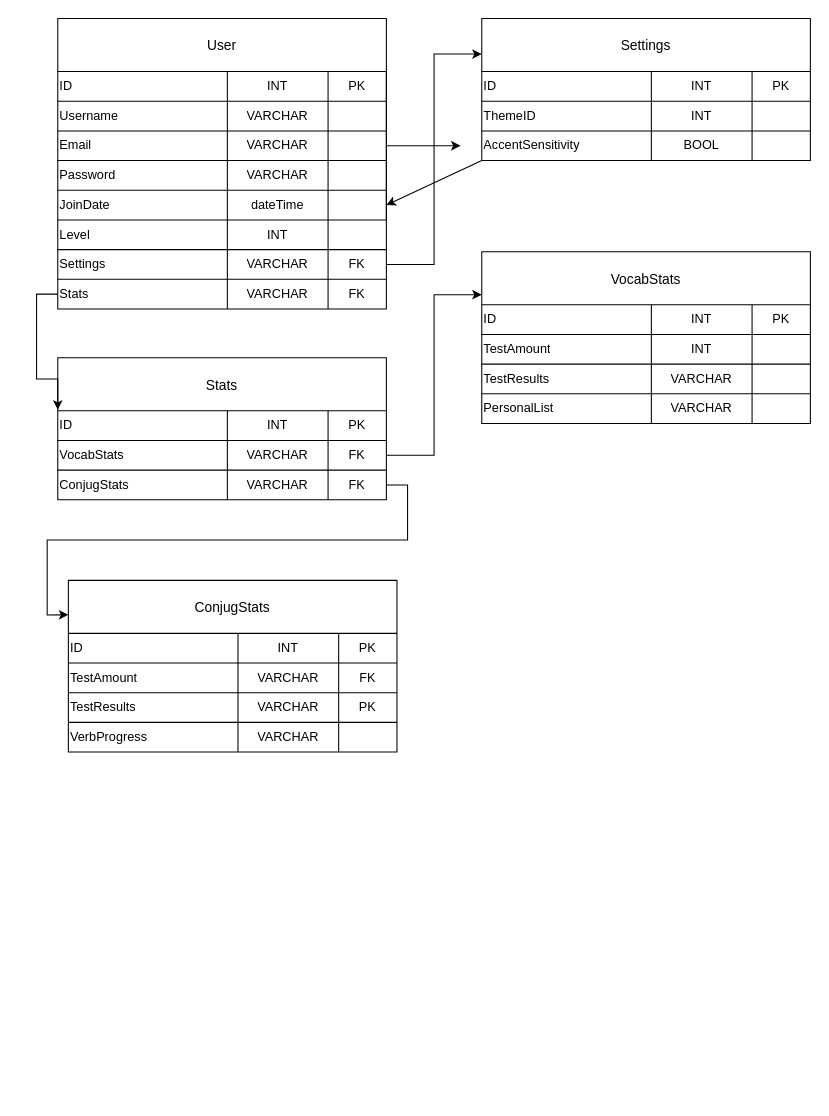
The draw.io diagram ERD.drawio in FalcoJacobs/Frans, before the edit. Source tidied: cells renumbered, new cells numbered last; positions are measured from the earlier drawing's top-left corner, leaving out a move shared by most shapes. Both pictures are drawn from the tidied source at 106%, with x=0, y=0 at pixel (36, 18).
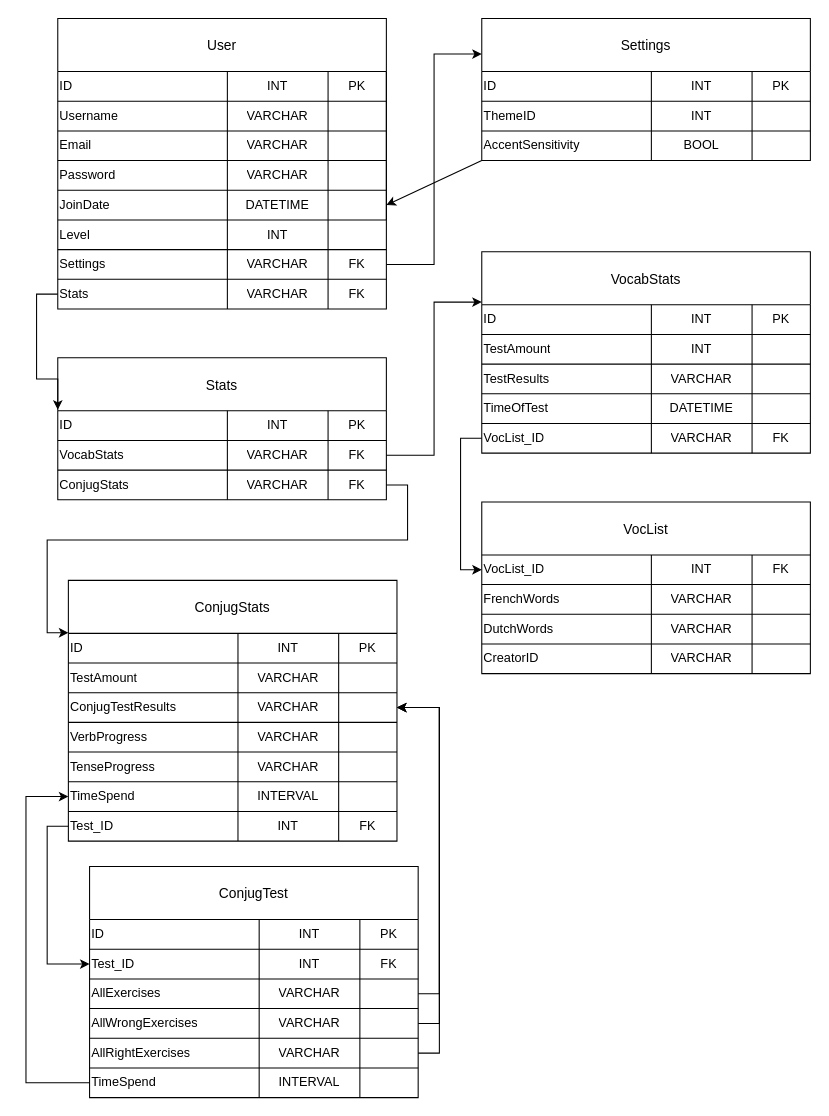
Above is the later version.

The change refers to these unchanged cells:
```xml
<mxCell id="11" style="shape=tableRow;horizontal=0;startSize=0;swimlaneHead=0;swimlaneBody=0;strokeColor=inherit;top=0;left=0;bottom=0;right=0;fillColor=none;points=[[0,0.5],[1,0.5]];portConstraint=eastwest;" parent="2" vertex="1">
  <mxGeometry y="106" width="310" height="28" as="geometry" />
</mxCell>
<mxCell id="19" style="shape=tableRow;horizontal=0;startSize=0;swimlaneHead=0;swimlaneBody=0;strokeColor=inherit;top=0;left=0;bottom=0;right=0;fillColor=none;" parent="2" vertex="1">
  <mxGeometry y="162" width="310" height="28" as="geometry" />
</mxCell>
<mxCell id="87" style="shape=tableRow;horizontal=0;startSize=0;swimlaneHead=0;swimlaneBody=0;strokeColor=inherit;top=0;left=0;bottom=0;right=0;fillColor=none;" parent="82" vertex="1">
  <mxGeometry y="78" width="310" height="28" as="geometry" />
</mxCell>
<mxCell id="91" style="shape=tableRow;horizontal=0;startSize=0;swimlaneHead=0;swimlaneBody=0;strokeColor=inherit;top=0;left=0;bottom=0;right=0;fillColor=none;points=[[0,0.5],[1,0.5]];portConstraint=eastwest;" parent="82" vertex="1">
  <mxGeometry y="106" width="310" height="28" as="geometry" />
</mxCell>
```

Diff of the diagram source:
```diff
@@
-    <mxCell id="21" value="dateTime" style="shape=partialRectangle;html=1;whiteSpace=wrap;strokeColor=inherit;overflow=hidden;fillColor=none;top=0;left=0;bottom=0;right=0;" parent="19" vertex="1">
+    <mxCell id="21" value="DATETIME" style="shape=partialRectangle;html=1;whiteSpace=wrap;strokeColor=inherit;overflow=hidden;fillColor=none;top=0;left=0;bottom=0;right=0;" parent="19" vertex="1">
       <mxGeometry x="160" width="95" height="28" as="geometry" />
     </mxCell>
@@
-    <mxCell id="36" style="edgeStyle=orthogonalEdgeStyle;rounded=0;jettySize=auto;html=1;exitX=1;exitY=0.5;exitDx=0;exitDy=0;entryX=0;entryY=0.5;entryDx=0;entryDy=0;" parent="1" edge="1" source="11">
-      <mxGeometry relative="1" as="geometry">
-        <mxPoint x="400" y="120" as="targetPoint" />
-      </mxGeometry>
-    </mxCell>
@@
     <mxCell id="65" value="VocabStats" style="shape=table;startSize=50;childLayout=tableLayout;fontSize=13;" parent="1" vertex="1">
-      <mxGeometry x="420" y="220" width="310" height="162" as="geometry" />
+      <mxGeometry x="420" y="220" width="310" height="190" as="geometry" />
     </mxCell>
@@
-    <mxCell id="78" style="shape=tableRow;horizontal=0;startSize=0;swimlaneHead=0;swimlaneBody=0;strokeColor=inherit;top=0;left=0;bottom=0;right=0;fillColor=none;" parent="65" vertex="1">
-      <mxGeometry y="134" width="310" height="28" as="geometry" />
-    </mxCell>
-    <mxCell id="79" value="PersonalList" style="shape=partialRectangle;html=1;whiteSpace=wrap;strokeColor=inherit;overflow=hidden;fillColor=none;top=0;left=0;bottom=0;right=0;align=left;" parent="78" vertex="1">
-      <mxGeometry width="160" height="28" as="geometry" />
-    </mxCell>
-    <mxCell id="80" value="VARCHAR" style="shape=partialRectangle;html=1;whiteSpace=wrap;strokeColor=inherit;overflow=hidden;fillColor=none;top=0;left=0;bottom=0;right=0;" parent="78" vertex="1">
-      <mxGeometry x="160" width="95" height="28" as="geometry" />
-    </mxCell>
-    <mxCell id="81" style="shape=partialRectangle;html=1;whiteSpace=wrap;strokeColor=inherit;overflow=hidden;fillColor=none;top=0;left=0;bottom=0;right=0;" parent="78" vertex="1">
-      <mxGeometry x="255" width="55" height="28" as="geometry" />
-    </mxCell>
+    <mxCell id="102" style="shape=tableRow;horizontal=0;startSize=0;swimlaneHead=0;swimlaneBody=0;strokeColor=inherit;top=0;left=0;bottom=0;right=0;fillColor=none;" parent="65" vertex="1">
+      <mxGeometry y="134" width="310" height="28" as="geometry" />
+    </mxCell>
+    <mxCell id="103" value="TimeOfTest" style="shape=partialRectangle;html=1;whiteSpace=wrap;strokeColor=inherit;overflow=hidden;fillColor=none;top=0;left=0;bottom=0;right=0;align=left;" parent="102" vertex="1">
+      <mxGeometry width="160" height="28" as="geometry" />
+    </mxCell>
+    <mxCell id="104" value="DATETIME" style="shape=partialRectangle;html=1;whiteSpace=wrap;strokeColor=inherit;overflow=hidden;fillColor=none;top=0;left=0;bottom=0;right=0;" parent="102" vertex="1">
+      <mxGeometry x="160" width="95" height="28" as="geometry" />
+    </mxCell>
+    <mxCell id="105" style="shape=partialRectangle;html=1;whiteSpace=wrap;strokeColor=inherit;overflow=hidden;fillColor=none;top=0;left=0;bottom=0;right=0;" parent="102" vertex="1">
+      <mxGeometry x="255" width="55" height="28" as="geometry" />
+    </mxCell>
+    <mxCell id="106" style="shape=tableRow;horizontal=0;startSize=0;swimlaneHead=0;swimlaneBody=0;strokeColor=inherit;top=0;left=0;bottom=0;right=0;fillColor=none;points=[[0,0.5],[1,0.5]];portConstraint=eastwest;" parent="65" vertex="1">
+      <mxGeometry y="162" width="310" height="28" as="geometry" />
+    </mxCell>
+    <mxCell id="107" value="VocList_ID" style="shape=partialRectangle;html=1;whiteSpace=wrap;strokeColor=inherit;overflow=hidden;fillColor=none;top=0;left=0;bottom=0;right=0;align=left;" parent="106" vertex="1">
+      <mxGeometry width="160" height="28" as="geometry" />
+    </mxCell>
+    <mxCell id="108" value="VARCHAR" style="shape=partialRectangle;html=1;whiteSpace=wrap;strokeColor=inherit;overflow=hidden;fillColor=none;top=0;left=0;bottom=0;right=0;" parent="106" vertex="1">
+      <mxGeometry x="160" width="95" height="28" as="geometry" />
+    </mxCell>
+    <mxCell id="109" value="FK" style="shape=partialRectangle;html=1;whiteSpace=wrap;strokeColor=inherit;overflow=hidden;fillColor=none;top=0;left=0;bottom=0;right=0;" parent="106" vertex="1">
+      <mxGeometry x="255" width="55" height="28" as="geometry" />
+    </mxCell>
     <mxCell id="82" value="ConjugStats" style="shape=table;startSize=50;childLayout=tableLayout;fontSize=13;" parent="1" vertex="1">
-      <mxGeometry x="30" y="530" width="310" height="162" as="geometry" />
+      <mxGeometry x="30" y="530" width="310" height="246" as="geometry" />
     </mxCell>
@@
-    <mxCell id="90" value="FK" style="shape=partialRectangle;html=1;whiteSpace=wrap;strokeColor=inherit;overflow=hidden;fillColor=none;top=0;left=0;bottom=0;right=0;" parent="87" vertex="1">
+    <mxCell id="90" style="shape=partialRectangle;html=1;whiteSpace=wrap;strokeColor=inherit;overflow=hidden;fillColor=none;top=0;left=0;bottom=0;right=0;" parent="87" vertex="1">
       <mxGeometry x="255" width="55" height="28" as="geometry" />
     </mxCell>
@@
-    <mxCell id="92" value="TestResults" style="shape=partialRectangle;html=1;whiteSpace=wrap;strokeColor=inherit;overflow=hidden;fillColor=none;top=0;left=0;bottom=0;right=0;align=left;" parent="91" vertex="1">
+    <mxCell id="92" value="ConjugTestResults" style="shape=partialRectangle;html=1;whiteSpace=wrap;strokeColor=inherit;overflow=hidden;fillColor=none;top=0;left=0;bottom=0;right=0;align=left;" parent="91" vertex="1">
       <mxGeometry width="160" height="28" as="geometry" />
     </mxCell>
@@
-    <mxCell id="94" value="PK" style="shape=partialRectangle;html=1;whiteSpace=wrap;strokeColor=inherit;overflow=hidden;fillColor=none;top=0;left=0;bottom=0;right=0;" parent="91" vertex="1">
+    <mxCell id="94" style="shape=partialRectangle;html=1;whiteSpace=wrap;strokeColor=inherit;overflow=hidden;fillColor=none;top=0;left=0;bottom=0;right=0;" parent="91" vertex="1">
       <mxGeometry x="255" width="55" height="28" as="geometry" />
     </mxCell>
@@
+    <mxCell id="110" style="shape=tableRow;horizontal=0;startSize=0;swimlaneHead=0;swimlaneBody=0;strokeColor=inherit;top=0;left=0;bottom=0;right=0;fillColor=none;" parent="82" vertex="1">
+      <mxGeometry y="162" width="310" height="28" as="geometry" />
+    </mxCell>
+    <mxCell id="111" value="TenseProgress" style="shape=partialRectangle;html=1;whiteSpace=wrap;strokeColor=inherit;overflow=hidden;fillColor=none;top=0;left=0;bottom=0;right=0;align=left;" parent="110" vertex="1">
+      <mxGeometry width="160" height="28" as="geometry" />
+    </mxCell>
+    <mxCell id="112" value="VARCHAR" style="shape=partialRectangle;html=1;whiteSpace=wrap;strokeColor=inherit;overflow=hidden;fillColor=none;top=0;left=0;bottom=0;right=0;" parent="110" vertex="1">
+      <mxGeometry x="160" width="95" height="28" as="geometry" />
+    </mxCell>
+    <mxCell id="113" style="shape=partialRectangle;html=1;whiteSpace=wrap;strokeColor=inherit;overflow=hidden;fillColor=none;top=0;left=0;bottom=0;right=0;" parent="110" vertex="1">
+      <mxGeometry x="255" width="55" height="28" as="geometry" />
+    </mxCell>
+    <mxCell id="114" style="shape=tableRow;horizontal=0;startSize=0;swimlaneHead=0;swimlaneBody=0;strokeColor=inherit;top=0;left=0;bottom=0;right=0;fillColor=none;points=[[0,0.5],[1,0.5]];portConstraint=eastwest;" parent="82" vertex="1">
+      <mxGeometry y="190" width="310" height="28" as="geometry" />
+    </mxCell>
+    <mxCell id="115" value="TimeSpend" style="shape=partialRectangle;html=1;whiteSpace=wrap;strokeColor=inherit;overflow=hidden;fillColor=none;top=0;left=0;bottom=0;right=0;align=left;" parent="114" vertex="1">
+      <mxGeometry width="160" height="28" as="geometry" />
+    </mxCell>
+    <mxCell id="116" value="INTERVAL" style="shape=partialRectangle;html=1;whiteSpace=wrap;strokeColor=inherit;overflow=hidden;fillColor=none;top=0;left=0;bottom=0;right=0;" parent="114" vertex="1">
+      <mxGeometry x="160" width="95" height="28" as="geometry" />
+    </mxCell>
+    <mxCell id="117" style="shape=partialRectangle;html=1;whiteSpace=wrap;strokeColor=inherit;overflow=hidden;fillColor=none;top=0;left=0;bottom=0;right=0;" parent="114" vertex="1">
+      <mxGeometry x="255" width="55" height="28" as="geometry" />
+    </mxCell>
+    <mxCell id="118" style="shape=tableRow;horizontal=0;startSize=0;swimlaneHead=0;swimlaneBody=0;strokeColor=inherit;top=0;left=0;bottom=0;right=0;fillColor=none;points=[[0,0.5],[1,0.5]];portConstraint=eastwest;" parent="82" vertex="1">
+      <mxGeometry y="218" width="310" height="28" as="geometry" />
+    </mxCell>
+    <mxCell id="119" value="Test_ID" style="shape=partialRectangle;html=1;whiteSpace=wrap;strokeColor=inherit;overflow=hidden;fillColor=none;top=0;left=0;bottom=0;right=0;align=left;" parent="118" vertex="1">
+      <mxGeometry width="160" height="28" as="geometry" />
+    </mxCell>
+    <mxCell id="120" value="INT" style="shape=partialRectangle;html=1;whiteSpace=wrap;strokeColor=inherit;overflow=hidden;fillColor=none;top=0;left=0;bottom=0;right=0;" parent="118" vertex="1">
+      <mxGeometry x="160" width="95" height="28" as="geometry" />
+    </mxCell>
+    <mxCell id="121" value="FK" style="shape=partialRectangle;html=1;whiteSpace=wrap;strokeColor=inherit;overflow=hidden;fillColor=none;top=0;left=0;bottom=0;right=0;" parent="118" vertex="1">
+      <mxGeometry x="255" width="55" height="28" as="geometry" />
+    </mxCell>
@@
+    <mxCell id="122" value="VocList" style="shape=table;startSize=50;childLayout=tableLayout;fontSize=13;" parent="1" vertex="1">
+      <mxGeometry x="420" y="456" width="310" height="162" as="geometry" />
+    </mxCell>
+    <mxCell id="123" style="shape=tableRow;horizontal=0;startSize=0;swimlaneHead=0;swimlaneBody=0;strokeColor=inherit;top=0;left=0;bottom=0;right=0;fillColor=none;points=[[0,0.5],[1,0.5]];portConstraint=eastwest;" parent="122" vertex="1">
+      <mxGeometry y="50" width="310" height="28" as="geometry" />
+    </mxCell>
+    <mxCell id="124" value="VocList_ID" style="shape=partialRectangle;html=1;whiteSpace=wrap;strokeColor=inherit;overflow=hidden;fillColor=none;top=0;left=0;bottom=0;right=0;align=left;" parent="123" vertex="1">
+      <mxGeometry width="160" height="28" as="geometry" />
+    </mxCell>
+    <mxCell id="125" value="INT" style="shape=partialRectangle;html=1;whiteSpace=wrap;strokeColor=inherit;overflow=hidden;fillColor=none;top=0;left=0;bottom=0;right=0;" parent="123" vertex="1">
+      <mxGeometry x="160" width="95" height="28" as="geometry" />
+    </mxCell>
+    <mxCell id="126" value="FK" style="shape=partialRectangle;html=1;whiteSpace=wrap;strokeColor=inherit;overflow=hidden;fillColor=none;top=0;left=0;bottom=0;right=0;" parent="123" vertex="1">
+      <mxGeometry x="255" width="55" height="28" as="geometry" />
+    </mxCell>
+    <mxCell id="127" style="shape=tableRow;horizontal=0;startSize=0;swimlaneHead=0;swimlaneBody=0;strokeColor=inherit;top=0;left=0;bottom=0;right=0;fillColor=none;" parent="122" vertex="1">
+      <mxGeometry y="78" width="310" height="28" as="geometry" />
+    </mxCell>
+    <mxCell id="128" value="FrenchWords" style="shape=partialRectangle;html=1;whiteSpace=wrap;strokeColor=inherit;overflow=hidden;fillColor=none;top=0;left=0;bottom=0;right=0;align=left;" parent="127" vertex="1">
+      <mxGeometry width="160" height="28" as="geometry" />
+    </mxCell>
+    <mxCell id="129" value="VARCHAR" style="shape=partialRectangle;html=1;whiteSpace=wrap;strokeColor=inherit;overflow=hidden;fillColor=none;top=0;left=0;bottom=0;right=0;" parent="127" vertex="1">
+      <mxGeometry x="160" width="95" height="28" as="geometry" />
+    </mxCell>
+    <mxCell id="130" style="shape=partialRectangle;html=1;whiteSpace=wrap;strokeColor=inherit;overflow=hidden;fillColor=none;top=0;left=0;bottom=0;right=0;" parent="127" vertex="1">
+      <mxGeometry x="255" width="55" height="28" as="geometry" />
+    </mxCell>
+    <mxCell id="131" style="shape=tableRow;horizontal=0;startSize=0;swimlaneHead=0;swimlaneBody=0;strokeColor=inherit;top=0;left=0;bottom=0;right=0;fillColor=none;" parent="122" vertex="1">
+      <mxGeometry y="106" width="310" height="28" as="geometry" />
+    </mxCell>
+    <mxCell id="132" value="DutchWords" style="shape=partialRectangle;html=1;whiteSpace=wrap;strokeColor=inherit;overflow=hidden;fillColor=none;top=0;left=0;bottom=0;right=0;align=left;" parent="131" vertex="1">
+      <mxGeometry width="160" height="28" as="geometry" />
+    </mxCell>
+    <mxCell id="133" value="VARCHAR" style="shape=partialRectangle;html=1;whiteSpace=wrap;strokeColor=inherit;overflow=hidden;fillColor=none;top=0;left=0;bottom=0;right=0;" parent="131" vertex="1">
+      <mxGeometry x="160" width="95" height="28" as="geometry" />
+    </mxCell>
+    <mxCell id="134" style="shape=partialRectangle;html=1;whiteSpace=wrap;strokeColor=inherit;overflow=hidden;fillColor=none;top=0;left=0;bottom=0;right=0;" parent="131" vertex="1">
+      <mxGeometry x="255" width="55" height="28" as="geometry" />
+    </mxCell>
+    <mxCell id="135" style="shape=tableRow;horizontal=0;startSize=0;swimlaneHead=0;swimlaneBody=0;strokeColor=inherit;top=0;left=0;bottom=0;right=0;fillColor=none;" parent="122" vertex="1">
+      <mxGeometry y="134" width="310" height="28" as="geometry" />
+    </mxCell>
+    <mxCell id="136" value="CreatorID" style="shape=partialRectangle;html=1;whiteSpace=wrap;strokeColor=inherit;overflow=hidden;fillColor=none;top=0;left=0;bottom=0;right=0;align=left;" parent="135" vertex="1">
+      <mxGeometry width="160" height="28" as="geometry" />
+    </mxCell>
+    <mxCell id="137" value="VARCHAR" style="shape=partialRectangle;html=1;whiteSpace=wrap;strokeColor=inherit;overflow=hidden;fillColor=none;top=0;left=0;bottom=0;right=0;" parent="135" vertex="1">
+      <mxGeometry x="160" width="95" height="28" as="geometry" />
+    </mxCell>
+    <mxCell id="138" style="shape=partialRectangle;html=1;whiteSpace=wrap;strokeColor=inherit;overflow=hidden;fillColor=none;top=0;left=0;bottom=0;right=0;" parent="135" vertex="1">
+      <mxGeometry x="255" width="55" height="28" as="geometry" />
+    </mxCell>
+    <mxCell id="139" style="edgeStyle=orthogonalEdgeStyle;rounded=0;jettySize=auto;html=1;exitX=0;exitY=0.5;exitDx=0;exitDy=0;entryX=0;entryY=0.5;entryDx=0;entryDy=0;" parent="1" edge="1" source="106" target="123">
+      <mxGeometry relative="1" as="geometry" />
+    </mxCell>
+    <mxCell id="140" value="ConjugTest" style="shape=table;startSize=50;childLayout=tableLayout;fontSize=13;" parent="1" vertex="1">
+      <mxGeometry x="50" y="800" width="310" height="218" as="geometry" />
+    </mxCell>
+    <mxCell id="141" style="shape=tableRow;horizontal=0;startSize=0;swimlaneHead=0;swimlaneBody=0;strokeColor=inherit;top=0;left=0;bottom=0;right=0;fillColor=none;" parent="140" vertex="1">
+      <mxGeometry y="50" width="310" height="28" as="geometry" />
+    </mxCell>
+    <mxCell id="142" value="ID" style="shape=partialRectangle;html=1;whiteSpace=wrap;strokeColor=inherit;overflow=hidden;fillColor=none;top=0;left=0;bottom=0;right=0;align=left;" parent="141" vertex="1">
+      <mxGeometry width="160" height="28" as="geometry" />
+    </mxCell>
+    <mxCell id="143" value="INT" style="shape=partialRectangle;html=1;whiteSpace=wrap;strokeColor=inherit;overflow=hidden;fillColor=none;top=0;left=0;bottom=0;right=0;" parent="141" vertex="1">
+      <mxGeometry x="160" width="95" height="28" as="geometry" />
+    </mxCell>
+    <mxCell id="144" value="PK" style="shape=partialRectangle;html=1;whiteSpace=wrap;strokeColor=inherit;overflow=hidden;fillColor=none;top=0;left=0;bottom=0;right=0;" parent="141" vertex="1">
+      <mxGeometry x="255" width="55" height="28" as="geometry" />
+    </mxCell>
+    <mxCell id="145" style="shape=tableRow;horizontal=0;startSize=0;swimlaneHead=0;swimlaneBody=0;strokeColor=inherit;top=0;left=0;bottom=0;right=0;fillColor=none;points=[[0,0.5],[1,0.5]];portConstraint=eastwest;" parent="140" vertex="1">
+      <mxGeometry y="78" width="310" height="28" as="geometry" />
+    </mxCell>
+    <mxCell id="146" value="Test_ID" style="shape=partialRectangle;html=1;whiteSpace=wrap;strokeColor=inherit;overflow=hidden;fillColor=none;top=0;left=0;bottom=0;right=0;align=left;" parent="145" vertex="1">
+      <mxGeometry width="160" height="28" as="geometry" />
+    </mxCell>
+    <mxCell id="147" value="INT" style="shape=partialRectangle;html=1;whiteSpace=wrap;strokeColor=inherit;overflow=hidden;fillColor=none;top=0;left=0;bottom=0;right=0;" parent="145" vertex="1">
+      <mxGeometry x="160" width="95" height="28" as="geometry" />
+    </mxCell>
+    <mxCell id="148" value="FK" style="shape=partialRectangle;html=1;whiteSpace=wrap;strokeColor=inherit;overflow=hidden;fillColor=none;top=0;left=0;bottom=0;right=0;" parent="145" vertex="1">
+      <mxGeometry x="255" width="55" height="28" as="geometry" />
+    </mxCell>
+    <mxCell id="149" style="shape=tableRow;horizontal=0;startSize=0;swimlaneHead=0;swimlaneBody=0;strokeColor=inherit;top=0;left=0;bottom=0;right=0;fillColor=none;points=[[0,0.5],[1,0.5]];portConstraint=eastwest;" parent="140" vertex="1">
+      <mxGeometry y="106" width="310" height="28" as="geometry" />
+    </mxCell>
+    <mxCell id="150" value="AllExercises" style="shape=partialRectangle;html=1;whiteSpace=wrap;strokeColor=inherit;overflow=hidden;fillColor=none;top=0;left=0;bottom=0;right=0;align=left;" parent="149" vertex="1">
+      <mxGeometry width="160" height="28" as="geometry" />
+    </mxCell>
+    <mxCell id="151" value="VARCHAR" style="shape=partialRectangle;html=1;whiteSpace=wrap;strokeColor=inherit;overflow=hidden;fillColor=none;top=0;left=0;bottom=0;right=0;" parent="149" vertex="1">
+      <mxGeometry x="160" width="95" height="28" as="geometry" />
+    </mxCell>
+    <mxCell id="152" style="shape=partialRectangle;html=1;whiteSpace=wrap;strokeColor=inherit;overflow=hidden;fillColor=none;top=0;left=0;bottom=0;right=0;" parent="149" vertex="1">
+      <mxGeometry x="255" width="55" height="28" as="geometry" />
+    </mxCell>
+    <mxCell id="153" style="shape=tableRow;horizontal=0;startSize=0;swimlaneHead=0;swimlaneBody=0;strokeColor=inherit;top=0;left=0;bottom=0;right=0;fillColor=none;points=[[0,0.5],[1,0.5]];portConstraint=eastwest;" parent="140" vertex="1">
+      <mxGeometry y="134" width="310" height="28" as="geometry" />
+    </mxCell>
+    <mxCell id="154" value="AllWrongExercises" style="shape=partialRectangle;html=1;whiteSpace=wrap;strokeColor=inherit;overflow=hidden;fillColor=none;top=0;left=0;bottom=0;right=0;align=left;" parent="153" vertex="1">
+      <mxGeometry width="160" height="28" as="geometry" />
+    </mxCell>
+    <mxCell id="155" value="VARCHAR" style="shape=partialRectangle;html=1;whiteSpace=wrap;strokeColor=inherit;overflow=hidden;fillColor=none;top=0;left=0;bottom=0;right=0;" parent="153" vertex="1">
+      <mxGeometry x="160" width="95" height="28" as="geometry" />
+    </mxCell>
+    <mxCell id="156" style="shape=partialRectangle;html=1;whiteSpace=wrap;strokeColor=inherit;overflow=hidden;fillColor=none;top=0;left=0;bottom=0;right=0;" parent="153" vertex="1">
+      <mxGeometry x="255" width="55" height="28" as="geometry" />
+    </mxCell>
+    <mxCell id="157" style="shape=tableRow;horizontal=0;startSize=0;swimlaneHead=0;swimlaneBody=0;strokeColor=inherit;top=0;left=0;bottom=0;right=0;fillColor=none;points=[[0,0.5],[1,0.5]];portConstraint=eastwest;" parent="140" vertex="1">
+      <mxGeometry y="162" width="310" height="28" as="geometry" />
+    </mxCell>
+    <mxCell id="158" value="AllRightExercises" style="shape=partialRectangle;html=1;whiteSpace=wrap;strokeColor=inherit;overflow=hidden;fillColor=none;top=0;left=0;bottom=0;right=0;align=left;" parent="157" vertex="1">
+      <mxGeometry width="160" height="28" as="geometry" />
+    </mxCell>
+    <mxCell id="159" value="VARCHAR" style="shape=partialRectangle;html=1;whiteSpace=wrap;strokeColor=inherit;overflow=hidden;fillColor=none;top=0;left=0;bottom=0;right=0;" parent="157" vertex="1">
+      <mxGeometry x="160" width="95" height="28" as="geometry" />
+    </mxCell>
+    <mxCell id="160" style="shape=partialRectangle;html=1;whiteSpace=wrap;strokeColor=inherit;overflow=hidden;fillColor=none;top=0;left=0;bottom=0;right=0;" parent="157" vertex="1">
+      <mxGeometry x="255" width="55" height="28" as="geometry" />
+    </mxCell>
+    <mxCell id="161" style="shape=tableRow;horizontal=0;startSize=0;swimlaneHead=0;swimlaneBody=0;strokeColor=inherit;top=0;left=0;bottom=0;right=0;fillColor=none;points=[[0,0.5],[1,0.5]];portConstraint=eastwest;" parent="140" vertex="1">
+      <mxGeometry y="190" width="310" height="28" as="geometry" />
+    </mxCell>
+    <mxCell id="162" value="TimeSpend" style="shape=partialRectangle;html=1;whiteSpace=wrap;strokeColor=inherit;overflow=hidden;fillColor=none;top=0;left=0;bottom=0;right=0;align=left;" parent="161" vertex="1">
+      <mxGeometry width="160" height="28" as="geometry" />
+    </mxCell>
+    <mxCell id="163" value="INTERVAL" style="shape=partialRectangle;html=1;whiteSpace=wrap;strokeColor=inherit;overflow=hidden;fillColor=none;top=0;left=0;bottom=0;right=0;" parent="161" vertex="1">
+      <mxGeometry x="160" width="95" height="28" as="geometry" />
+    </mxCell>
+    <mxCell id="164" style="shape=partialRectangle;html=1;whiteSpace=wrap;strokeColor=inherit;overflow=hidden;fillColor=none;top=0;left=0;bottom=0;right=0;" parent="161" vertex="1">
+      <mxGeometry x="255" width="55" height="28" as="geometry" />
+    </mxCell>
+    <mxCell id="165" style="edgeStyle=orthogonalEdgeStyle;rounded=0;jettySize=auto;html=1;exitX=0;exitY=0.5;exitDx=0;exitDy=0;entryX=0;entryY=0.5;entryDx=0;entryDy=0;" parent="1" edge="1" source="161" target="114">
+      <mxGeometry relative="1" as="geometry">
+        <Array as="points">
+          <mxPoint x="-10" y="1004" />
+          <mxPoint x="-10" y="734" />
+        </Array>
+      </mxGeometry>
+    </mxCell>
+    <mxCell id="166" style="edgeStyle=orthogonalEdgeStyle;rounded=0;jettySize=auto;html=1;exitX=1;exitY=0.5;exitDx=0;exitDy=0;" parent="1" edge="1" source="149" target="91">
+      <mxGeometry relative="1" as="geometry" />
+    </mxCell>
+    <mxCell id="167" style="edgeStyle=orthogonalEdgeStyle;rounded=0;jettySize=auto;html=1;exitX=1;exitY=0.5;exitDx=0;exitDy=0;entryX=1;entryY=0.5;entryDx=0;entryDy=0;" parent="1" edge="1" source="153" target="91">
+      <mxGeometry relative="1" as="geometry" />
+    </mxCell>
+    <mxCell id="168" style="edgeStyle=orthogonalEdgeStyle;rounded=0;jettySize=auto;html=1;exitX=1;exitY=0.5;exitDx=0;exitDy=0;entryX=1;entryY=0.5;entryDx=0;entryDy=0;" parent="1" edge="1" source="157" target="91">
+      <mxGeometry relative="1" as="geometry" />
+    </mxCell>
+    <mxCell id="169" style="edgeStyle=orthogonalEdgeStyle;rounded=0;jettySize=auto;html=1;exitX=0;exitY=0.5;exitDx=0;exitDy=0;entryX=0;entryY=0.5;entryDx=0;entryDy=0;" parent="1" edge="1" source="118" target="145">
+      <mxGeometry relative="1" as="geometry" />
+    </mxCell>
```
